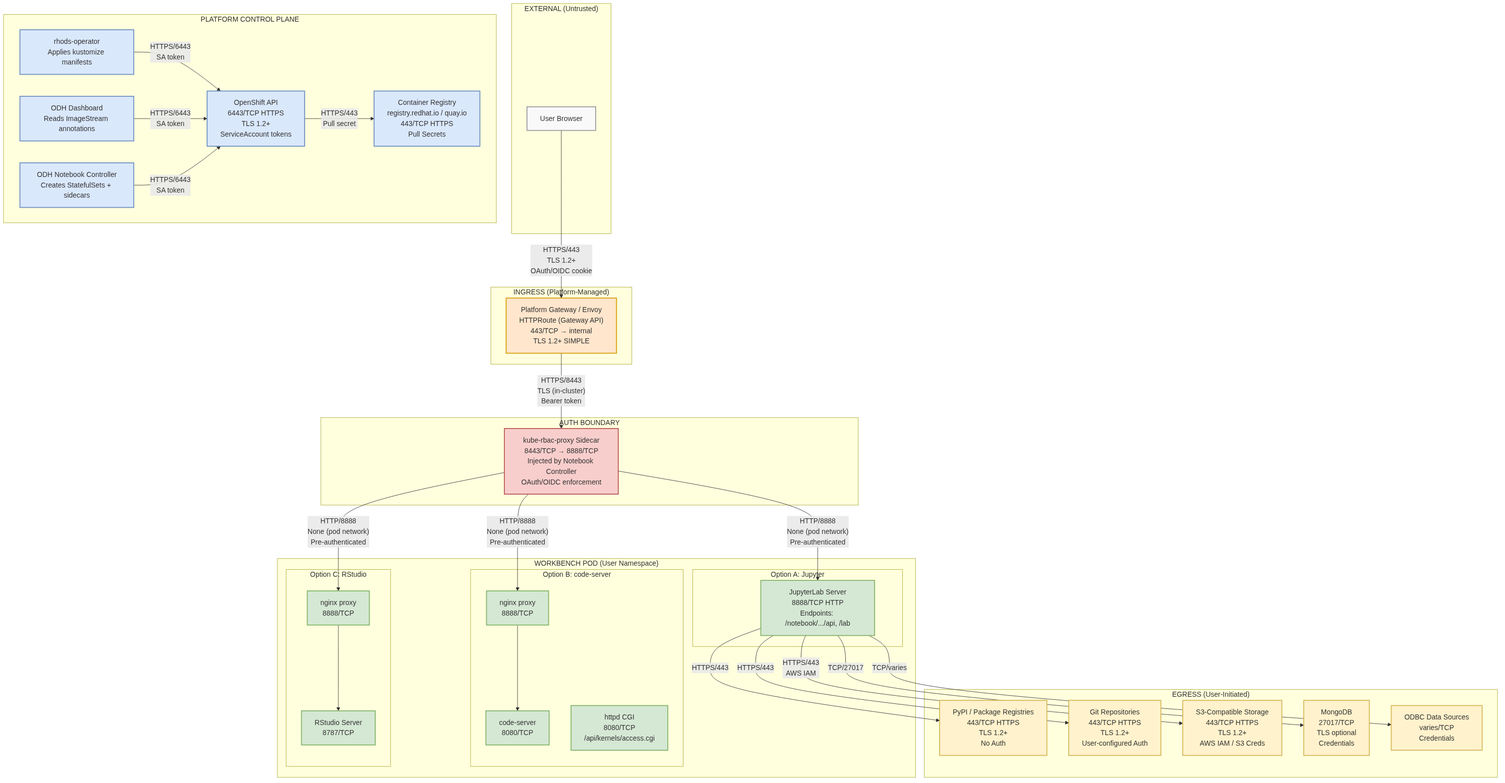
Before: architecture/rhoai.next/diagrams/notebooks-security-network.png, a diagram exported from Mermaid (rhuss/architecture-context). Its source is kept beside it as architecture/rhoai.next/diagrams/notebooks-security-network.mmd.
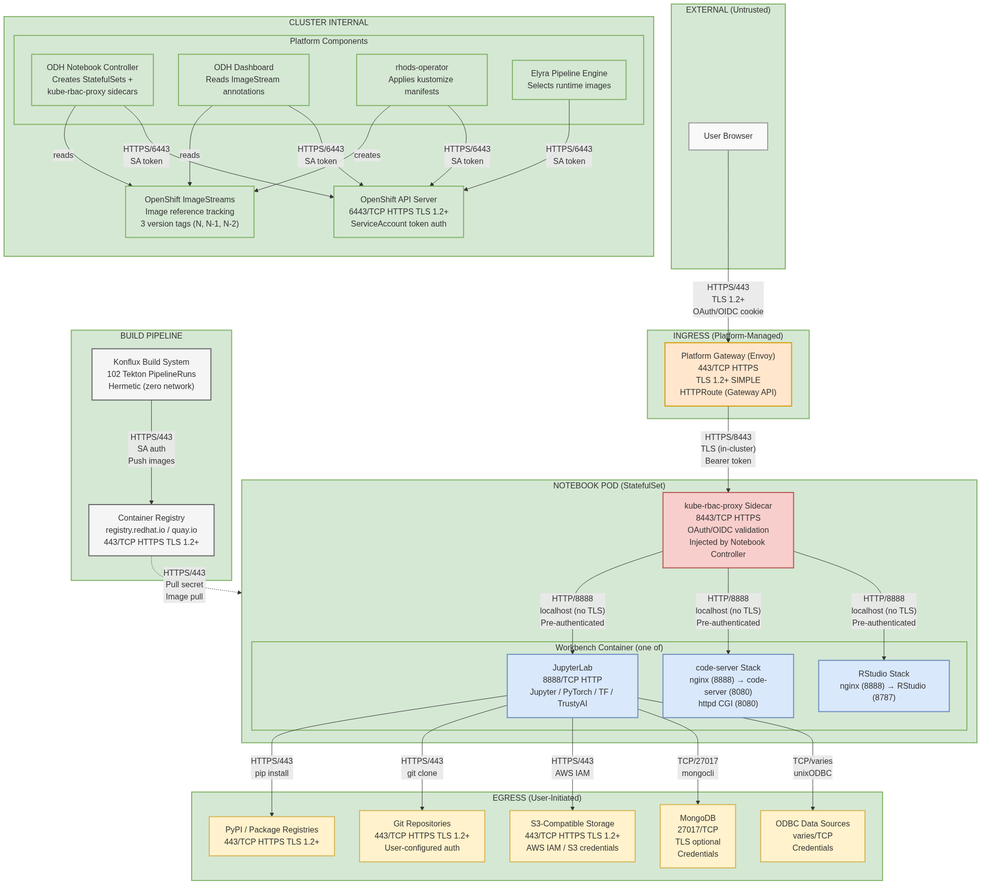
Later version of the same file.

The edit, as a diff of the source:
```diff
@@ -4,79 +4,85 @@
     end
 
     subgraph Ingress["INGRESS (Platform-Managed)"]
-        Gateway["Platform Gateway / Envoy<br/>HTTPRoute (Gateway API)<br/>443/TCP → internal<br/>TLS 1.2+ SIMPLE"]
+        Gateway["Platform Gateway (Envoy)<br/>443/TCP HTTPS<br/>TLS 1.2+ SIMPLE<br/>HTTPRoute (Gateway API)"]
     end
 
-    subgraph AuthBoundary["AUTH BOUNDARY"]
-        KubeRBAC["kube-rbac-proxy Sidecar<br/>8443/TCP → 8888/TCP<br/>Injected by Notebook Controller<br/>OAuth/OIDC enforcement"]
-    end
+    subgraph NotebookPod["NOTEBOOK POD (StatefulSet)"]
+        direction TB
+        KubeRBAC["kube-rbac-proxy Sidecar<br/>8443/TCP HTTPS<br/>OAuth/OIDC validation<br/>Injected by Notebook Controller"]
 
-    subgraph WorkbenchPod["WORKBENCH POD (User Namespace)"]
-        direction TB
-
-        subgraph JupyterOption["Option A: Jupyter"]
-            Jupyter["JupyterLab Server<br/>8888/TCP HTTP<br/>Endpoints: /notebook/.../api, /lab"]
-        end
-
-        subgraph CodeServerOption["Option B: code-server"]
-            NginxCS["nginx proxy<br/>8888/TCP"]
-            CS["code-server<br/>8080/TCP"]
-            HTTPDCGI["httpd CGI<br/>8080/TCP<br/>/api/kernels/access.cgi"]
-            NginxCS --> CS
-        end
-
-        subgraph RStudioOption["Option C: RStudio"]
-            NginxRS["nginx proxy<br/>8888/TCP"]
-            RS["RStudio Server<br/>8787/TCP"]
-            NginxRS --> RS
+        subgraph WorkbenchVariants["Workbench Container (one of)"]
+            JupyterLab["JupyterLab<br/>8888/TCP HTTP<br/>Jupyter / PyTorch / TF / TrustyAI"]
+            CodeServerStack["code-server Stack<br/>nginx (8888) → code-server (8080)<br/>httpd CGI (8080)"]
+            RStudioStack["RStudio Stack<br/>nginx (8888) → RStudio (8787)"]
         end
     end
 
+    subgraph ClusterInternal["CLUSTER INTERNAL"]
+        direction TB
+        APIServer["OpenShift API Server<br/>6443/TCP HTTPS TLS 1.2+<br/>ServiceAccount token auth"]
+
+        subgraph PlatformComponents["Platform Components"]
+            NbController["ODH Notebook Controller<br/>Creates StatefulSets +<br/>kube-rbac-proxy sidecars"]
+            DashboardUI["ODH Dashboard<br/>Reads ImageStream annotations"]
+            PlatformOp["rhods-operator<br/>Applies kustomize manifests"]
+            Elyra["Elyra Pipeline Engine<br/>Selects runtime images"]
+        end
+
+        ImageStreams["OpenShift ImageStreams<br/>Image reference tracking<br/>3 version tags (N, N-1, N-2)"]
+    end
+
     subgraph EgressTargets["EGRESS (User-Initiated)"]
-        PyPI["PyPI / Package Registries<br/>443/TCP HTTPS<br/>TLS 1.2+<br/>No Auth"]
-        Git["Git Repositories<br/>443/TCP HTTPS<br/>TLS 1.2+<br/>User-configured Auth"]
-        S3["S3-Compatible Storage<br/>443/TCP HTTPS<br/>TLS 1.2+<br/>AWS IAM / S3 Creds"]
+        PyPI["PyPI / Package Registries<br/>443/TCP HTTPS TLS 1.2+"]
+        GitRepos["Git Repositories<br/>443/TCP HTTPS TLS 1.2+<br/>User-configured auth"]
+        S3["S3-Compatible Storage<br/>443/TCP HTTPS TLS 1.2+<br/>AWS IAM / S3 credentials"]
         MongoDB["MongoDB<br/>27017/TCP<br/>TLS optional<br/>Credentials"]
         ODBC["ODBC Data Sources<br/>varies/TCP<br/>Credentials"]
     end
 
-    subgraph ControlPlane["PLATFORM CONTROL PLANE"]
-        K8sAPI["OpenShift API<br/>6443/TCP HTTPS<br/>TLS 1.2+<br/>ServiceAccount tokens"]
-        ContainerReg["Container Registry<br/>registry.redhat.io / quay.io<br/>443/TCP HTTPS<br/>Pull Secrets"]
-        Operator["rhods-operator<br/>Applies kustomize manifests"]
-        DashboardCtrl["ODH Dashboard<br/>Reads ImageStream annotations"]
-        NotebookCtrl["ODH Notebook Controller<br/>Creates StatefulSets + sidecars"]
+    subgraph BuildPipeline["BUILD PIPELINE"]
+        Konflux["Konflux Build System<br/>102 Tekton PipelineRuns<br/>Hermetic (zero network)"]
+        ContainerReg["Container Registry<br/>registry.redhat.io / quay.io<br/>443/TCP HTTPS TLS 1.2+"]
     end
 
     User -->|"HTTPS/443<br/>TLS 1.2+<br/>OAuth/OIDC cookie"| Gateway
 
     Gateway -->|"HTTPS/8443<br/>TLS (in-cluster)<br/>Bearer token"| KubeRBAC
 
-    KubeRBAC -->|"HTTP/8888<br/>None (pod network)<br/>Pre-authenticated"| Jupyter
-    KubeRBAC -->|"HTTP/8888<br/>None (pod network)<br/>Pre-authenticated"| NginxCS
-    KubeRBAC -->|"HTTP/8888<br/>None (pod network)<br/>Pre-authenticated"| NginxRS
+    KubeRBAC -->|"HTTP/8888<br/>localhost (no TLS)<br/>Pre-authenticated"| JupyterLab
+    KubeRBAC -->|"HTTP/8888<br/>localhost (no TLS)<br/>Pre-authenticated"| CodeServerStack
+    KubeRBAC -->|"HTTP/8888<br/>localhost (no TLS)<br/>Pre-authenticated"| RStudioStack
 
-    Jupyter -->|"HTTPS/443"| PyPI
-    Jupyter -->|"HTTPS/443"| Git
-    Jupyter -->|"HTTPS/443<br/>AWS IAM"| S3
-    Jupyter -->|"TCP/27017"| MongoDB
-    Jupyter -->|"TCP/varies"| ODBC
+    NbController -->|"HTTPS/6443<br/>SA token"| APIServer
+    DashboardUI -->|"HTTPS/6443<br/>SA token"| APIServer
+    PlatformOp -->|"HTTPS/6443<br/>SA token"| APIServer
+    Elyra -->|"HTTPS/6443<br/>SA token"| APIServer
 
-    Operator -->|"HTTPS/6443<br/>SA token"| K8sAPI
-    DashboardCtrl -->|"HTTPS/6443<br/>SA token"| K8sAPI
-    NotebookCtrl -->|"HTTPS/6443<br/>SA token"| K8sAPI
-    K8sAPI -->|"HTTPS/443<br/>Pull secret"| ContainerReg
+    PlatformOp -->|creates| ImageStreams
+    DashboardUI -->|reads| ImageStreams
+    NbController -->|reads| ImageStreams
+
+    JupyterLab -->|"HTTPS/443<br/>pip install"| PyPI
+    JupyterLab -->|"HTTPS/443<br/>git clone"| GitRepos
+    JupyterLab -->|"HTTPS/443<br/>AWS IAM"| S3
+    JupyterLab -->|"TCP/27017<br/>mongocli"| MongoDB
+    JupyterLab -->|"TCP/varies<br/>unixODBC"| ODBC
+
+    Konflux -->|"HTTPS/443<br/>SA auth<br/>Push images"| ContainerReg
+    ContainerReg -.->|"HTTPS/443<br/>Pull secret<br/>Image pull"| NotebookPod
 
     classDef external fill:#f9f9f9,stroke:#999,stroke-width:2px
     classDef ingress fill:#ffe6cc,stroke:#d79b00,stroke-width:2px
-    classDef auth fill:#f8cecc,stroke:#b85450,stroke-width:2px
-    classDef workbench fill:#d5e8d4,stroke:#82b366,stroke-width:2px
+    classDef pod fill:#dae8fc,stroke:#6c8ebf,stroke-width:2px
+    classDef cluster fill:#d5e8d4,stroke:#82b366,stroke-width:2px
     classDef egress fill:#fff2cc,stroke:#d6b656,stroke-width:2px
-    classDef controlplane fill:#dae8fc,stroke:#6c8ebf,stroke-width:2px
+    classDef build fill:#f5f5f5,stroke:#666,stroke-width:2px
+    classDef security fill:#f8cecc,stroke:#b85450,stroke-width:2px
 
     class User external
     class Gateway ingress
-    class KubeRBAC auth
-    class Jupyter,NginxCS,CS,HTTPDCGI,NginxRS,RS workbench
-    class PyPI,Git,S3,MongoDB,ODBC egress
-    class K8sAPI,ContainerReg,Operator,DashboardCtrl,NotebookCtrl controlplane
+    class KubeRBAC security
+    class JupyterLab,CodeServerStack,RStudioStack pod
+    class APIServer,NbController,DashboardUI,PlatformOp,Elyra,ImageStreams cluster
+    class PyPI,GitRepos,S3,MongoDB,ODBC egress
+    class Konflux,ContainerReg build
```
